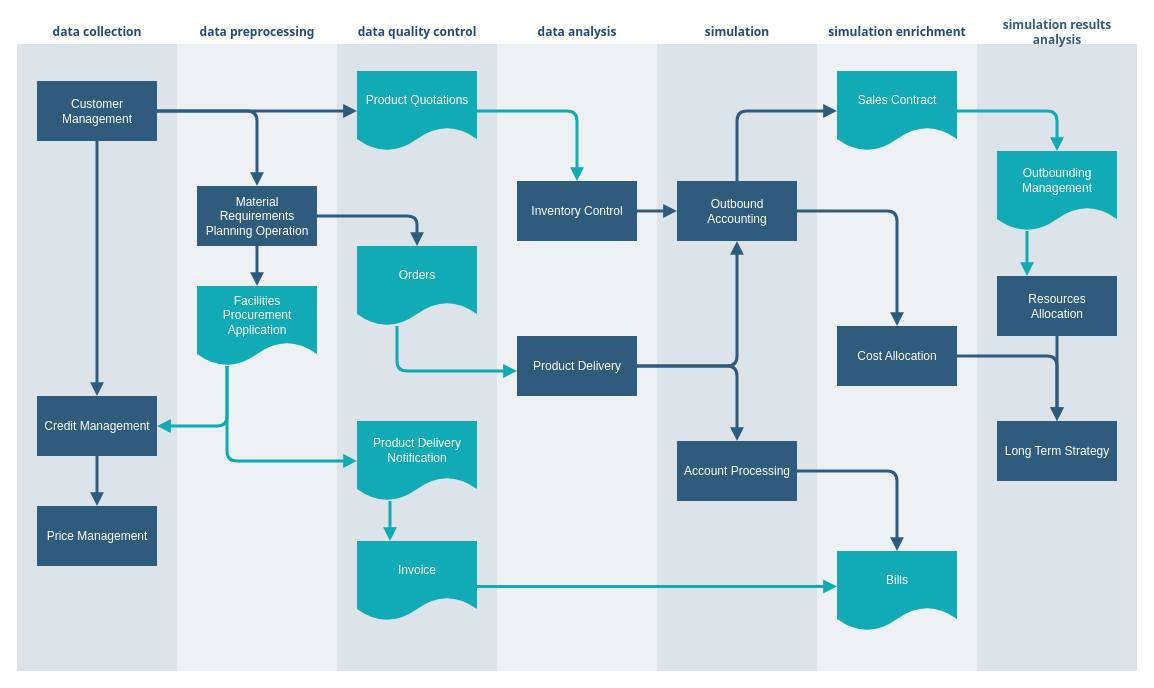
The draw.io diagram docs/c2c-sepia-workflow.drawio in josura/c2c-sepia, before the edit. Source tidied: cells renumbered, new cells numbered last; positions are measured from the earlier drawing's top-left corner, leaving out a move shared by most shapes. Both pictures are drawn from the tidied source at 100%, with x=0, y=0 at pixel (16, 20).
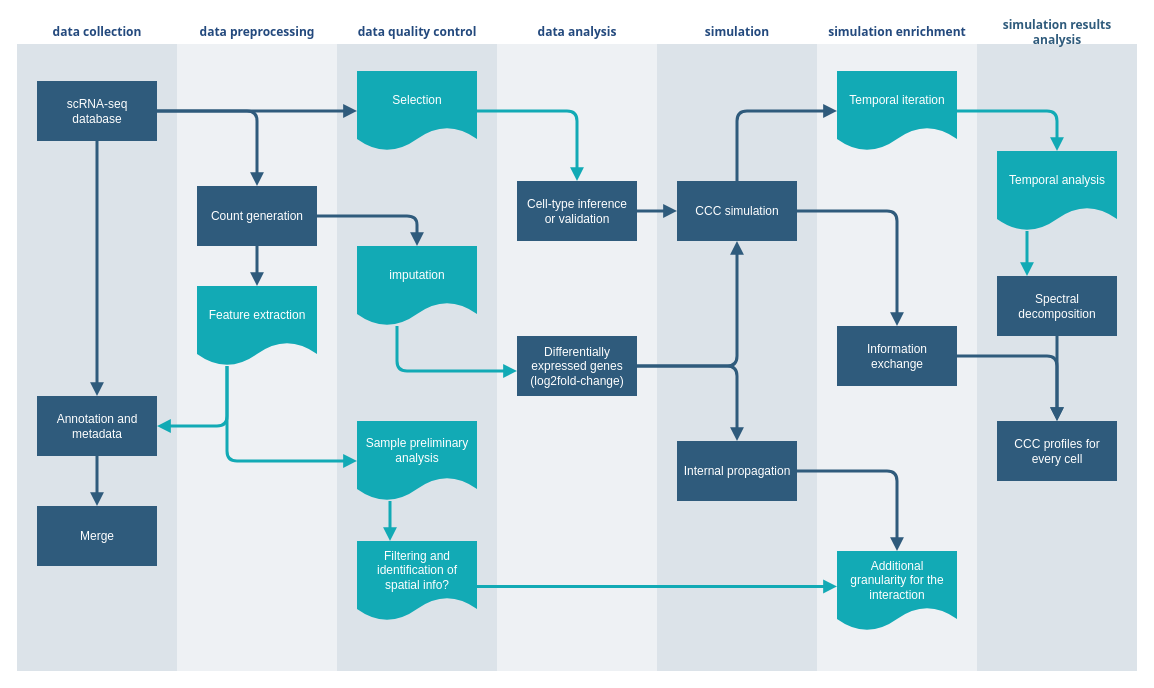
The same diagram, later.

The change refers to these unchanged cells:
```xml
<mxCell id="2" value="&lt;font color=&quot;#23497d&quot;&gt;data collection&lt;/font&gt;" style="swimlane;whiteSpace=wrap;fillColor=none;swimlaneFillColor=#BAC8D3;fontColor=#2F5B7C;fontFamily=Tahoma;html=1;strokeColor=none;opacity=50;" parent="1" vertex="1">
  <mxGeometry x="0.5" y="0.5" width="160" height="650" as="geometry" />
</mxCell>
<mxCell id="8" value="&lt;font color=&quot;#23497d&quot;&gt;simulation enrichment&lt;/font&gt;" style="swimlane;whiteSpace=wrap;fillColor=none;swimlaneFillColor=#BAC8D3;fontColor=#2F5B7C;fontFamily=Tahoma;html=1;strokeColor=none;opacity=25;" parent="1" vertex="1">
  <mxGeometry x="800.5" y="0.5" width="160" height="650" as="geometry" />
</mxCell>
<mxCell id="12" value="&lt;font color=&quot;#23497d&quot;&gt;simulation&lt;/font&gt;" style="swimlane;whiteSpace=wrap;fillColor=none;swimlaneFillColor=#BAC8D3;fontColor=#2F5B7C;fontFamily=Tahoma;html=1;strokeColor=none;opacity=50;" parent="1" vertex="1">
  <mxGeometry x="640.5" y="0.5" width="160" height="650" as="geometry" />
</mxCell>
<mxCell id="15" value="&lt;font color=&quot;#23497d&quot;&gt;data preprocessing&lt;/font&gt;" style="swimlane;whiteSpace=wrap;fillColor=none;swimlaneFillColor=#BAC8D3;fontColor=#2F5B7C;fontFamily=Tahoma;html=1;strokeColor=none;opacity=25;" parent="1" vertex="1">
  <mxGeometry x="160.5" y="0.5" width="160" height="650" as="geometry" />
</mxCell>
<mxCell id="19" value="&lt;font color=&quot;#23497d&quot;&gt;data quality control&lt;/font&gt;" style="swimlane;whiteSpace=wrap;fillColor=none;swimlaneFillColor=#BAC8D3;fontColor=#2F5B7C;fontFamily=Tahoma;html=1;strokeColor=none;opacity=50;" parent="1" vertex="1">
  <mxGeometry x="320.5" y="0.5" width="160" height="650" as="geometry" />
</mxCell>
<mxCell id="25" value="&lt;font color=&quot;#23497d&quot;&gt;data analysis&lt;/font&gt;" style="swimlane;whiteSpace=wrap;fillColor=none;swimlaneFillColor=#BAC8D3;fontColor=#2F5B7C;fontFamily=Tahoma;html=1;strokeColor=none;opacity=25;" parent="1" vertex="1">
  <mxGeometry x="480.5" y="0.5" width="160" height="650" as="geometry" />
</mxCell>
<mxCell id="28" value="simulation results analysis" style="swimlane;whiteSpace=wrap;fillColor=none;swimlaneFillColor=#BAC8D3;fontColor=#2F5B7C;fontFamily=Tahoma;html=1;strokeColor=none;opacity=50;" parent="1" vertex="1">
  <mxGeometry x="960.5" y="0.5" width="160" height="650" as="geometry" />
</mxCell>
```

The edit, as a diff of the source:
```diff
@@
-    <mxCell id="3" value="Customer Management" style="whiteSpace=wrap;shadow=0;fontColor=#FFFFFF;fontFamily=Helvetica;fontStyle=0;html=1;fontSize=12;plain-purple;strokeColor=none;fillColor=#2f5b7c;gradientColor=none;spacing=6;verticalAlign=middle;" parent="2" vertex="1">
+    <mxCell id="3" value="scRNA-seq database" style="whiteSpace=wrap;shadow=0;fontColor=#FFFFFF;fontFamily=Helvetica;fontStyle=0;html=1;fontSize=12;plain-purple;strokeColor=none;fillColor=#2f5b7c;gradientColor=none;spacing=6;verticalAlign=middle;" parent="2" vertex="1">
       <mxGeometry x="20" y="60" width="120" height="60" as="geometry" />
     </mxCell>
-    <mxCell id="4" value="Credit Management" style="whiteSpace=wrap;strokeColor=none;fillColor=#2f5b7c;shadow=0;fontColor=#FFFFFF;fontFamily=Helvetica;fontStyle=0;html=1;fontSize=12;spacing=6;verticalAlign=middle;" parent="2" vertex="1">
+    <mxCell id="4" value="Annotation and metadata" style="whiteSpace=wrap;strokeColor=none;fillColor=#2f5b7c;shadow=0;fontColor=#FFFFFF;fontFamily=Helvetica;fontStyle=0;html=1;fontSize=12;spacing=6;verticalAlign=middle;" parent="2" vertex="1">
       <mxGeometry x="20" y="375" width="120" height="60" as="geometry" />
     </mxCell>
-    <mxCell id="5" value="Price Management" style="whiteSpace=wrap;strokeColor=none;fillColor=#2f5b7c;shadow=0;fontColor=#FFFFFF;fontFamily=Helvetica;fontStyle=0;html=1;fontSize=12;spacing=6;verticalAlign=middle;" parent="2" vertex="1">
+    <mxCell id="5" value="Merge" style="whiteSpace=wrap;strokeColor=none;fillColor=#2f5b7c;shadow=0;fontColor=#FFFFFF;fontFamily=Helvetica;fontStyle=0;html=1;fontSize=12;spacing=6;verticalAlign=middle;" parent="2" vertex="1">
       <mxGeometry x="20" y="485" width="120" height="60" as="geometry" />
     </mxCell>
@@
-    <mxCell id="9" value="Sales Contract" style="shape=document;whiteSpace=wrap;verticalAlign=middle;strokeColor=none;fillColor=#12aab5;shadow=0;fontColor=#FFFFFF;fontFamily=Helvetica;fontStyle=0;html=1;fontSize=12;spacing=6;spacingBottom=22;" parent="8" vertex="1">
+    <mxCell id="9" value="Temporal iteration" style="shape=document;whiteSpace=wrap;verticalAlign=middle;strokeColor=none;fillColor=#12aab5;shadow=0;fontColor=#FFFFFF;fontFamily=Helvetica;fontStyle=0;html=1;fontSize=12;spacing=6;spacingBottom=22;" parent="8" vertex="1">
       <mxGeometry x="20" y="50" width="120" height="80" as="geometry" />
     </mxCell>
-    <mxCell id="10" value="Bills" style="shape=document;whiteSpace=wrap;verticalAlign=middle;strokeColor=none;fillColor=#12aab5;shadow=0;fontColor=#FFFFFF;fontFamily=Helvetica;fontStyle=0;html=1;fontSize=12;spacing=6;spacingBottom=22;" parent="8" vertex="1">
+    <mxCell id="10" value="Additional granularity for the interaction" style="shape=document;whiteSpace=wrap;verticalAlign=middle;strokeColor=none;fillColor=#12aab5;shadow=0;fontColor=#FFFFFF;fontFamily=Helvetica;fontStyle=0;html=1;fontSize=12;spacing=6;spacingBottom=22;" parent="8" vertex="1">
       <mxGeometry x="20" y="530" width="120" height="80" as="geometry" />
     </mxCell>
-    <mxCell id="11" value="Cost Allocation" style="whiteSpace=wrap;strokeColor=none;fillColor=#2f5b7c;shadow=0;fontColor=#FFFFFF;fontFamily=Helvetica;fontStyle=0;html=1;fontSize=12;spacing=6;verticalAlign=middle;" parent="8" vertex="1">
+    <mxCell id="11" value="Information exchange" style="whiteSpace=wrap;strokeColor=none;fillColor=#2f5b7c;shadow=0;fontColor=#FFFFFF;fontFamily=Helvetica;fontStyle=0;html=1;fontSize=12;spacing=6;verticalAlign=middle;" parent="8" vertex="1">
       <mxGeometry x="20" y="305" width="120" height="60" as="geometry" />
     </mxCell>
@@
-    <mxCell id="13" value="Outbound Accounting" style="whiteSpace=wrap;fillColor=#2f5b7c;strokeColor=none;shadow=0;fontColor=#FFFFFF;fontFamily=Helvetica;fontStyle=0;html=1;fontSize=12;spacing=6;verticalAlign=middle;" parent="12" vertex="1">
+    <mxCell id="13" value="CCC simulation" style="whiteSpace=wrap;fillColor=#2f5b7c;strokeColor=none;shadow=0;fontColor=#FFFFFF;fontFamily=Helvetica;fontStyle=0;html=1;fontSize=12;spacing=6;verticalAlign=middle;" parent="12" vertex="1">
       <mxGeometry x="20" y="160" width="120" height="60" as="geometry" />
     </mxCell>
-    <mxCell id="14" value="Account Processing" style="whiteSpace=wrap;strokeColor=none;fillColor=#2f5b7c;shadow=0;fontColor=#FFFFFF;fontFamily=Helvetica;fontStyle=0;html=1;fontSize=12;spacing=6;verticalAlign=middle;" parent="12" vertex="1">
+    <mxCell id="14" value="Internal propagation" style="whiteSpace=wrap;strokeColor=none;fillColor=#2f5b7c;shadow=0;fontColor=#FFFFFF;fontFamily=Helvetica;fontStyle=0;html=1;fontSize=12;spacing=6;verticalAlign=middle;" parent="12" vertex="1">
       <mxGeometry x="20" y="420" width="120" height="60" as="geometry" />
     </mxCell>
@@
-    <mxCell id="16" value="Material Requirements Planning Operation" style="whiteSpace=wrap;shadow=0;fontColor=#FFFFFF;fontFamily=Helvetica;fontStyle=0;html=1;fontSize=12;plain-purple;strokeColor=none;fillColor=#2f5b7c;gradientColor=none;spacing=6;verticalAlign=middle;" parent="15" vertex="1">
+    <mxCell id="16" value="Count generation" style="whiteSpace=wrap;shadow=0;fontColor=#FFFFFF;fontFamily=Helvetica;fontStyle=0;html=1;fontSize=12;plain-purple;strokeColor=none;fillColor=#2f5b7c;gradientColor=none;spacing=6;verticalAlign=middle;" parent="15" vertex="1">
       <mxGeometry x="20" y="165" width="120" height="60" as="geometry" />
     </mxCell>
-    <mxCell id="17" value="&lt;font color=&quot;#ffffff&quot;&gt;Facilities Procurement&lt;br&gt;Application&lt;/font&gt;&lt;br&gt; " style="shape=document;whiteSpace=wrap;verticalAlign=middle;strokeColor=none;fillColor=#12aab5;shadow=0;fontColor=#FFFFFF;fontFamily=Helvetica;fontStyle=0;html=1;fontSize=12;spacing=6;spacingBottom=22;" parent="15" vertex="1">
+    <mxCell id="17" value="Feature extraction&lt;br&gt; " style="shape=document;whiteSpace=wrap;verticalAlign=middle;strokeColor=none;fillColor=#12aab5;shadow=0;fontColor=#FFFFFF;fontFamily=Helvetica;fontStyle=0;html=1;fontSize=12;spacing=6;spacingBottom=22;" parent="15" vertex="1">
       <mxGeometry x="20" y="265" width="120" height="80" as="geometry" />
     </mxCell>
@@
-    <mxCell id="20" value="Product Quotations" style="shape=document;whiteSpace=wrap;verticalAlign=middle;strokeColor=none;fillColor=#12aab5;shadow=0;fontColor=#FFFFFF;fontFamily=Helvetica;fontStyle=0;html=1;fontSize=12;spacing=6;spacingBottom=22;" parent="19" vertex="1">
+    <mxCell id="20" value="Selection" style="shape=document;whiteSpace=wrap;verticalAlign=middle;strokeColor=none;fillColor=#12aab5;shadow=0;fontColor=#FFFFFF;fontFamily=Helvetica;fontStyle=0;html=1;fontSize=12;spacing=6;spacingBottom=22;" parent="19" vertex="1">
       <mxGeometry x="20" y="50" width="120" height="80" as="geometry" />
     </mxCell>
-    <mxCell id="21" value="Orders" style="shape=document;whiteSpace=wrap;verticalAlign=middle;strokeColor=none;fillColor=#12aab5;shadow=0;fontColor=#FFFFFF;fontFamily=Helvetica;fontStyle=0;html=1;fontSize=12;spacing=6;spacingBottom=22;" parent="19" vertex="1">
+    <mxCell id="21" value="imputation" style="shape=document;whiteSpace=wrap;verticalAlign=middle;strokeColor=none;fillColor=#12aab5;shadow=0;fontColor=#FFFFFF;fontFamily=Helvetica;fontStyle=0;html=1;fontSize=12;spacing=6;spacingBottom=22;" parent="19" vertex="1">
       <mxGeometry x="20" y="225" width="120" height="80" as="geometry" />
     </mxCell>
-    <mxCell id="22" value="Product Delivery Notification" style="shape=document;whiteSpace=wrap;strokeColor=none;fillColor=#12aab5;shadow=0;fontColor=#FFFFFF;fontFamily=Helvetica;fontStyle=0;html=1;fontSize=12;verticalAlign=middle;spacing=6;spacingBottom=22;" parent="19" vertex="1">
+    <mxCell id="22" value="Sample preliminary analysis" style="shape=document;whiteSpace=wrap;strokeColor=none;fillColor=#12aab5;shadow=0;fontColor=#FFFFFF;fontFamily=Helvetica;fontStyle=0;html=1;fontSize=12;verticalAlign=middle;spacing=6;spacingBottom=22;" parent="19" vertex="1">
       <mxGeometry x="20" y="400" width="120" height="80" as="geometry" />
     </mxCell>
-    <mxCell id="23" value="Invoice" style="shape=document;whiteSpace=wrap;verticalAlign=middle;strokeColor=none;fillColor=#12aab5;shadow=0;fontColor=#FFFFFF;fontFamily=Helvetica;fontStyle=0;html=1;fontSize=12;spacing=6;spacingBottom=22;" parent="19" vertex="1">
+    <mxCell id="23" value="Filtering and identification of spatial info?" style="shape=document;whiteSpace=wrap;verticalAlign=middle;strokeColor=none;fillColor=#12aab5;shadow=0;fontColor=#FFFFFF;fontFamily=Helvetica;fontStyle=0;html=1;fontSize=12;spacing=6;spacingBottom=22;" parent="19" vertex="1">
       <mxGeometry x="20" y="520" width="120" height="80" as="geometry" />
     </mxCell>
@@
-    <mxCell id="26" value="Inventory Control" style="whiteSpace=wrap;strokeColor=none;fillColor=#2f5b7c;shadow=0;fontColor=#FFFFFF;fontFamily=Helvetica;fontStyle=0;html=1;fontSize=12;spacing=6;verticalAlign=middle;" parent="25" vertex="1">
+    <mxCell id="26" value="Cell-type inference or validation" style="whiteSpace=wrap;strokeColor=none;fillColor=#2f5b7c;shadow=0;fontColor=#FFFFFF;fontFamily=Helvetica;fontStyle=0;html=1;fontSize=12;spacing=6;verticalAlign=middle;" parent="25" vertex="1">
       <mxGeometry x="20" y="160" width="120" height="60" as="geometry" />
     </mxCell>
-    <mxCell id="27" value="Product Delivery" style="whiteSpace=wrap;strokeColor=none;fillColor=#2f5b7c;shadow=0;fontColor=#FFFFFF;fontFamily=Helvetica;fontStyle=0;html=1;fontSize=12;spacing=6;verticalAlign=middle;" parent="25" vertex="1">
+    <mxCell id="27" value="Differentially expressed genes (log2fold-change)" style="whiteSpace=wrap;strokeColor=none;fillColor=#2f5b7c;shadow=0;fontColor=#FFFFFF;fontFamily=Helvetica;fontStyle=0;html=1;fontSize=12;spacing=6;verticalAlign=middle;" parent="25" vertex="1">
       <mxGeometry x="20" y="315" width="120" height="60" as="geometry" />
     </mxCell>
@@
-    <mxCell id="29" value="Outbounding Management" style="shape=document;whiteSpace=wrap;verticalAlign=middle;strokeColor=none;fillColor=#12aab5;shadow=0;fontColor=#FFFFFF;fontFamily=Helvetica;fontStyle=0;html=1;fontSize=12;spacing=6;spacingBottom=22;" parent="28" vertex="1">
+    <mxCell id="29" value="Temporal analysis" style="shape=document;whiteSpace=wrap;verticalAlign=middle;strokeColor=none;fillColor=#12aab5;shadow=0;fontColor=#FFFFFF;fontFamily=Helvetica;fontStyle=0;html=1;fontSize=12;spacing=6;spacingBottom=22;" parent="28" vertex="1">
       <mxGeometry x="20" y="130" width="120" height="80" as="geometry" />
     </mxCell>
-    <mxCell id="30" value="Resources Allocation" style="whiteSpace=wrap;strokeColor=none;fillColor=#2f5b7c;shadow=0;fontColor=#FFFFFF;fontFamily=Helvetica;fontStyle=0;html=1;fontSize=12;spacing=6;verticalAlign=middle;" parent="28" vertex="1">
+    <mxCell id="30" value="Spectral decomposition" style="whiteSpace=wrap;strokeColor=none;fillColor=#2f5b7c;shadow=0;fontColor=#FFFFFF;fontFamily=Helvetica;fontStyle=0;html=1;fontSize=12;spacing=6;verticalAlign=middle;" parent="28" vertex="1">
       <mxGeometry x="20" y="255" width="120" height="60" as="geometry" />
     </mxCell>
-    <mxCell id="31" value="Long Term Strategy" style="whiteSpace=wrap;strokeColor=none;fillColor=#2f5b7c;shadow=0;fontColor=#FFFFFF;fontFamily=Helvetica;fontStyle=0;html=1;fontSize=12;spacing=6;verticalAlign=middle;" parent="28" vertex="1">
+    <mxCell id="31" value="CCC profiles for every cell" style="whiteSpace=wrap;strokeColor=none;fillColor=#2f5b7c;shadow=0;fontColor=#FFFFFF;fontFamily=Helvetica;fontStyle=0;html=1;fontSize=12;spacing=6;verticalAlign=middle;" parent="28" vertex="1">
       <mxGeometry x="20" y="400" width="120" height="60" as="geometry" />
     </mxCell>
```
